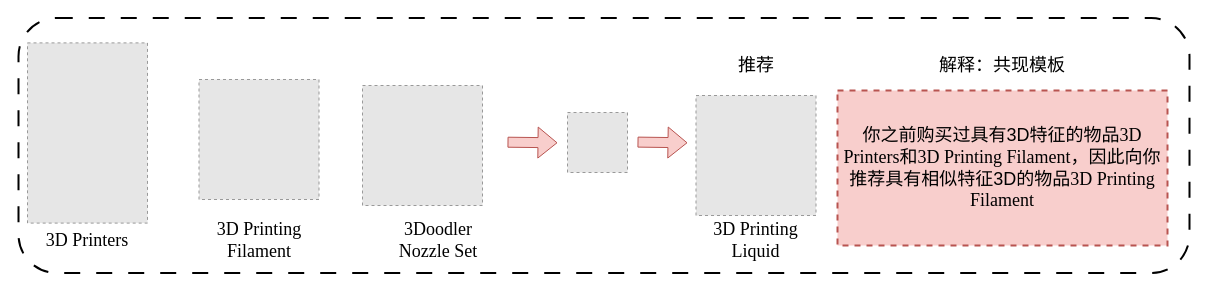
rabbicat30/test keeps this draw.io diagram as 多模态/模态解释示意图.drawio. Above is the earlier version. Source tidied: cells renumbered, new cells numbered last; positions are measured from the earlier drawing's top-left corner, leaving out a move shared by most shapes. Both pictures are drawn from the tidied source at 100%, with x=0, y=0 at pixel (18, 17). Pictures stored in the file or linked from it are replaced by grey dashed boxes.
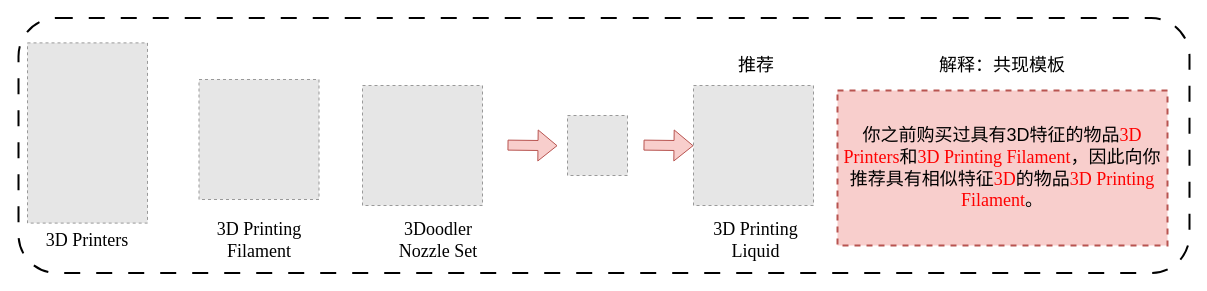
Above is the later version.

Commit message (it also covers changes not shown here):
更新模态解释示意图.drawio

The edit, as a diff of the source:
```diff
@@
 <mxGraphModel>
   <root>
     <mxCell id="0" />
     <mxCell id="1" parent="0" />
     <mxCell id="2" style="rounded=1;whiteSpace=wrap;html=1;strokeWidth=2;dashed=1;dashPattern=8 8;" parent="1" vertex="1">
       <mxGeometry y="0.5" width="1171" height="255" as="geometry" />
     </mxCell>
     <mxCell id="3" style="fillColor=#E6E6E6;strokeColor=#999999;dashed=1;verticalLabelPosition=bottom;labelBackgroundColor=default;verticalAlign=top;" parent="1" vertex="1">
-      <mxGeometry x="549" y="95" width="60" height="60" as="geometry" />
+      <mxGeometry x="549" y="98" width="60" height="60" as="geometry" />
     </mxCell>
     <mxCell id="4" style="shape=flexArrow;endArrow=classic;html=1;rounded=0;fillColor=#f8cecc;strokeColor=#b85450;" parent="1" edge="1">
       <mxGeometry relative="1" as="geometry">
-        <mxPoint x="489" y="124.7" as="sourcePoint" />
-        <mxPoint x="539" y="125.3" as="targetPoint" />
+        <mxPoint x="489" y="127.6" as="sourcePoint" />
+        <mxPoint x="539" y="128.2" as="targetPoint" />
       </mxGeometry>
     </mxCell>
     <mxCell id="5" value="&lt;font face=&quot;Times New Roman&quot;&gt;&lt;span style=&quot;font-size: 18px;&quot;&gt;3D Printers&lt;/span&gt;&lt;/font&gt;" style="text;strokeColor=none;align=center;fillColor=none;html=1;verticalAlign=middle;whiteSpace=wrap;rounded=0;" parent="1" vertex="1">
       <mxGeometry x="19" y="208" width="100" height="30" as="geometry" />
     </mxCell>
     <mxCell id="6" value="&lt;font face=&quot;Times New Roman&quot;&gt;&lt;span style=&quot;font-size: 18px;&quot;&gt;3D Printing Liquid&lt;/span&gt;&lt;/font&gt;" style="text;strokeColor=none;align=center;fillColor=none;html=1;verticalAlign=middle;whiteSpace=wrap;rounded=0;" parent="1" vertex="1">
       <mxGeometry x="675" y="198" width="125" height="50" as="geometry" />
     </mxCell>
     <mxCell id="7" value="&lt;font face=&quot;Times New Roman&quot;&gt;&lt;span style=&quot;font-size: 18px;&quot;&gt;3D Printing Filament&lt;/span&gt;&lt;/font&gt;" style="text;strokeColor=none;align=center;fillColor=none;html=1;verticalAlign=middle;whiteSpace=wrap;rounded=0;" parent="1" vertex="1">
       <mxGeometry x="180.5" y="198" width="120" height="50" as="geometry" />
     </mxCell>
     <mxCell id="8" value="&lt;span style=&quot;font-size: 18px;&quot;&gt;&lt;font face=&quot;宋体&quot;&gt;推荐&lt;/font&gt;&lt;/span&gt;" style="text;strokeColor=none;align=center;fillColor=none;html=1;verticalAlign=middle;whiteSpace=wrap;rounded=0;" parent="1" vertex="1">
       <mxGeometry x="702.5" y="23" width="70" height="50" as="geometry" />
     </mxCell>
     <mxCell id="9" value="&lt;font face=&quot;宋体&quot;&gt;&lt;span style=&quot;font-size: 18px;&quot;&gt;解释：共现模板&lt;/span&gt;&lt;/font&gt;" style="text;strokeColor=none;align=center;fillColor=none;html=1;verticalAlign=middle;whiteSpace=wrap;rounded=0;" parent="1" vertex="1">
       <mxGeometry x="914" y="34.5" width="140" height="27.5" as="geometry" />
     </mxCell>
-    <mxCell id="10" value="&lt;font face=&quot;宋体&quot;&gt;&lt;span style=&quot;font-size: 18px;&quot;&gt;你之前购买过具有3D特征的物品&lt;/span&gt;&lt;/font&gt;&lt;span style=&quot;font-family: &amp;quot;Times New Roman&amp;quot;; font-size: 18px;&quot;&gt;3D Printers&lt;/span&gt;&lt;font face=&quot;宋体&quot;&gt;&lt;span style=&quot;font-size: 18px;&quot;&gt;和&lt;/span&gt;&lt;/font&gt;&lt;span style=&quot;font-family: &amp;quot;Times New Roman&amp;quot;; font-size: 18px;&quot;&gt;3D Printing&amp;nbsp;&lt;/span&gt;&lt;span style=&quot;font-family: &amp;quot;Times New Roman&amp;quot;; font-size: 18px;&quot;&gt;Filament&lt;/span&gt;&lt;font face=&quot;宋体&quot;&gt;&lt;span style=&quot;font-size: 18px;&quot;&gt;，因此向你推荐具有相似特征3D的物品&lt;/span&gt;&lt;/font&gt;&lt;span style=&quot;font-family: &amp;quot;Times New Roman&amp;quot;; font-size: 18px;&quot;&gt;3D Printing Filament&lt;/span&gt;" style="rounded=0;whiteSpace=wrap;html=1;fillColor=#f8cecc;strokeColor=#b85450;strokeWidth=2;dashed=1;" parent="1" vertex="1">
+    <mxCell id="10" value="&lt;font face=&quot;宋体&quot;&gt;&lt;span style=&quot;font-size: 18px;&quot;&gt;你之前购买过具有3D特征的物品&lt;/span&gt;&lt;/font&gt;&lt;span style=&quot;font-family: &amp;quot;Times New Roman&amp;quot;; font-size: 18px;&quot;&gt;&lt;font style=&quot;color: rgb(255, 0, 0);&quot;&gt;3D Printers&lt;/font&gt;&lt;/span&gt;&lt;font face=&quot;宋体&quot;&gt;&lt;span style=&quot;font-size: 18px;&quot;&gt;和&lt;/span&gt;&lt;/font&gt;&lt;font style=&quot;color: rgb(255, 0, 0);&quot;&gt;&lt;span style=&quot;font-family: &amp;quot;Times New Roman&amp;quot;; font-size: 18px;&quot;&gt;3D Printing&amp;nbsp;&lt;/span&gt;&lt;span style=&quot;font-family: &amp;quot;Times New Roman&amp;quot;; font-size: 18px;&quot;&gt;Filament&lt;/span&gt;&lt;/font&gt;&lt;span style=&quot;font-size: 18px;&quot;&gt;&lt;font face=&quot;宋体&quot;&gt;，因此向你推荐具有相似特征&lt;/font&gt;&lt;font style=&quot;color: rgb(255, 0, 0);&quot; face=&quot;Times New Roman&quot;&gt;3D&lt;/font&gt;&lt;font face=&quot;宋体&quot;&gt;的物品&lt;/font&gt;&lt;/span&gt;&lt;span style=&quot;font-family: &amp;quot;Times New Roman&amp;quot;; font-size: 18px;&quot;&gt;&lt;font style=&quot;color: rgb(255, 0, 0);&quot;&gt;3D Printing Filament&lt;/font&gt;&lt;font style=&quot;color: rgb(0, 0, 0);&quot;&gt;。&lt;/font&gt;&lt;/span&gt;" style="rounded=0;whiteSpace=wrap;html=1;fillColor=#f8cecc;strokeColor=#b85450;strokeWidth=2;dashed=1;" parent="1" vertex="1">
       <mxGeometry x="819" y="73" width="330" height="155" as="geometry" />
     </mxCell>
     <mxCell id="11" style="shape=flexArrow;endArrow=classic;html=1;rounded=0;fillColor=#f8cecc;strokeColor=#b85450;" parent="1" edge="1">
       <mxGeometry relative="1" as="geometry">
-        <mxPoint x="619" y="124.6" as="sourcePoint" />
-        <mxPoint x="669" y="125.3" as="targetPoint" />
+        <mxPoint x="625" y="127.6" as="sourcePoint" />
+        <mxPoint x="675" y="128.2" as="targetPoint" />
       </mxGeometry>
     </mxCell>
     <mxCell id="12" value="&lt;font face=&quot;Times New Roman&quot;&gt;&lt;span style=&quot;font-size: 18px;&quot;&gt;3Doodler Nozzle Set&lt;/span&gt;&lt;/font&gt;" style="text;strokeColor=none;align=center;fillColor=none;html=1;verticalAlign=middle;whiteSpace=wrap;rounded=0;" parent="1" vertex="1">
       <mxGeometry x="360" y="198" width="120" height="50" as="geometry" />
     </mxCell>
     <mxCell id="13" style="fillColor=#E6E6E6;strokeColor=#999999;dashed=1;verticalLabelPosition=bottom;labelBackgroundColor=default;verticalAlign=top;" parent="1" vertex="1">
       <mxGeometry x="9" y="25.4" width="120" height="180.2" as="geometry" />
     </mxCell>
     <mxCell id="14" style="fillColor=#E6E6E6;strokeColor=#999999;dashed=1;verticalLabelPosition=bottom;labelBackgroundColor=default;verticalAlign=top;" parent="1" vertex="1">
       <mxGeometry x="180.5" y="62" width="120" height="120" as="geometry" />
     </mxCell>
     <mxCell id="15" style="fillColor=#E6E6E6;strokeColor=#999999;dashed=1;verticalLabelPosition=bottom;labelBackgroundColor=default;verticalAlign=top;" parent="1" vertex="1">
-      <mxGeometry x="677.5" y="78" width="120" height="120" as="geometry" />
+      <mxGeometry x="675" y="68" width="120" height="120" as="geometry" />
     </mxCell>
     <mxCell id="16" style="fillColor=#E6E6E6;strokeColor=#999999;dashed=1;verticalLabelPosition=bottom;labelBackgroundColor=default;verticalAlign=top;" parent="1" vertex="1">
       <mxGeometry x="344" y="68" width="120" height="120" as="geometry" />
     </mxCell>
   </root>
 </mxGraphModel>
```
